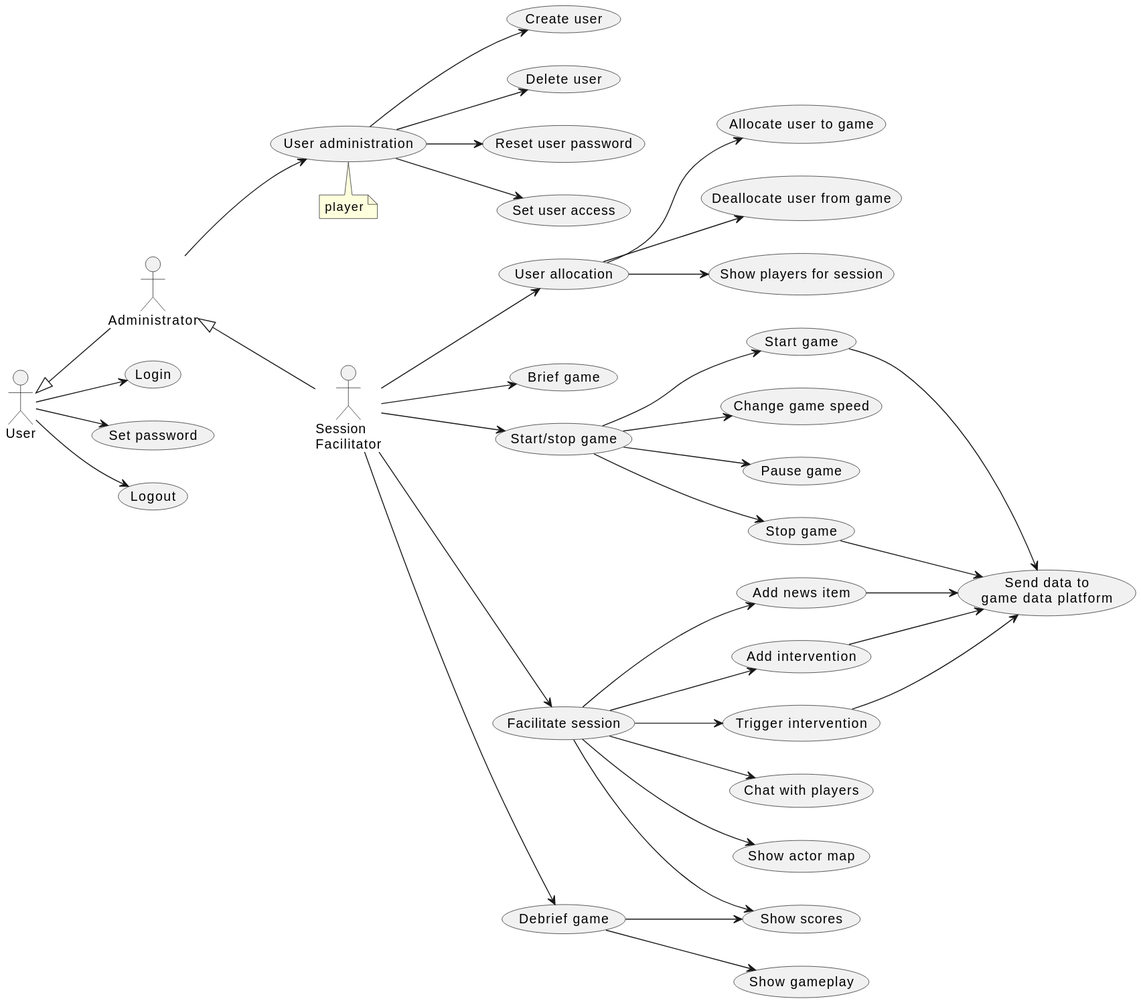
Above: doc/2-use-cases/diagrams/session-facilitation.svg in averbraeck/gscg-design (PlantUML), before the change.
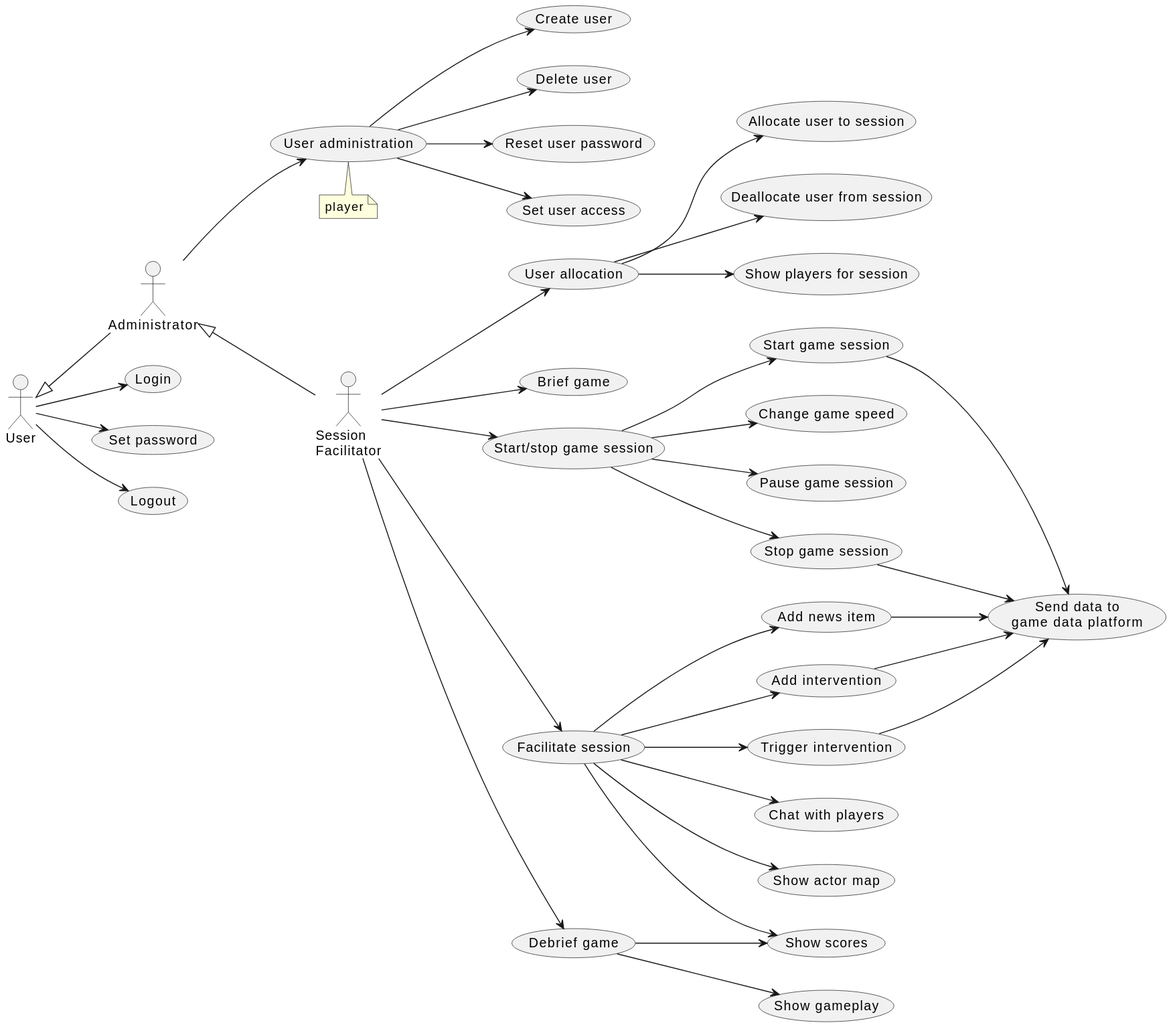
The same diagram one commit later.

Change to the diagram source:
```diff
@@ -20,17 +20,17 @@
 (User administration) --> (Set user access)
 
 SF --> (User allocation)
-(User allocation) --> (Allocate user to game)
-(User allocation) --> (Deallocate user from game)
+(User allocation) --> (Allocate user to session)
+(User allocation) --> (Deallocate user from session)
 (User allocation) --> (Show players for session)
 
 SF --> (Brief game)
 
-SF --> (Start/stop game)
-(Start/stop game) --> (Start game)
-(Start/stop game) --> (Change game speed)
-(Start/stop game) --> (Pause game)
-(Start/stop game) --> (Stop game)
+SF --> (Start/stop game session)
+(Start/stop game session) --> (Start game session)
+(Start/stop game session) --> (Change game speed)
+(Start/stop game session) --> (Pause game session)
+(Start/stop game session) --> (Stop game session)
 
 SF --> (Facilitate session)
 (Facilitate session) --> (Add news item)
@@ -40,11 +40,11 @@
 (Facilitate session) --> (Show actor map)
 (Facilitate session) --> (Show scores)
 
-(Start game) --> (Send data to\ngame data platform)
+(Start game session) --> (Send data to\ngame data platform)
 (Add news item) --> (Send data to\ngame data platform)
 (Add intervention) --> (Send data to\ngame data platform)
 (Trigger intervention) --> (Send data to\ngame data platform)
-(Stop game) --> (Send data to\ngame data platform)
+(Stop game session) --> (Send data to\ngame data platform)
 
 SF --> (Debrief game)
 (Debrief game) --> (Show scores)
```
